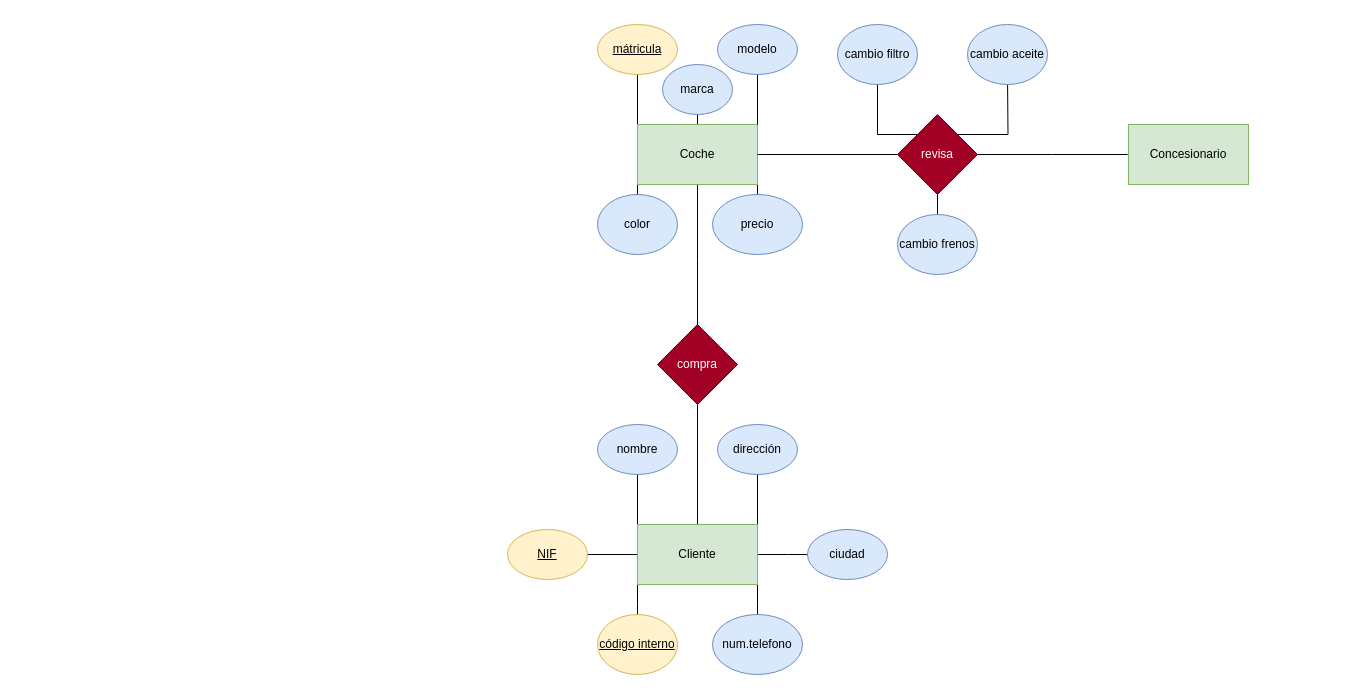
jpprguezz/BAE keeps this draw.io diagram as Unidad-1/Tareas/Tarea-6/Diagrama sin título.drawio. Above is the earlier version. Source tidied: cells renumbered, new cells numbered last; positions are measured from the earlier drawing's top-left corner, leaving out a move shared by most shapes. Both pictures are drawn from the tidied source at 100%, with x=0, y=0 at pixel (507, 24).
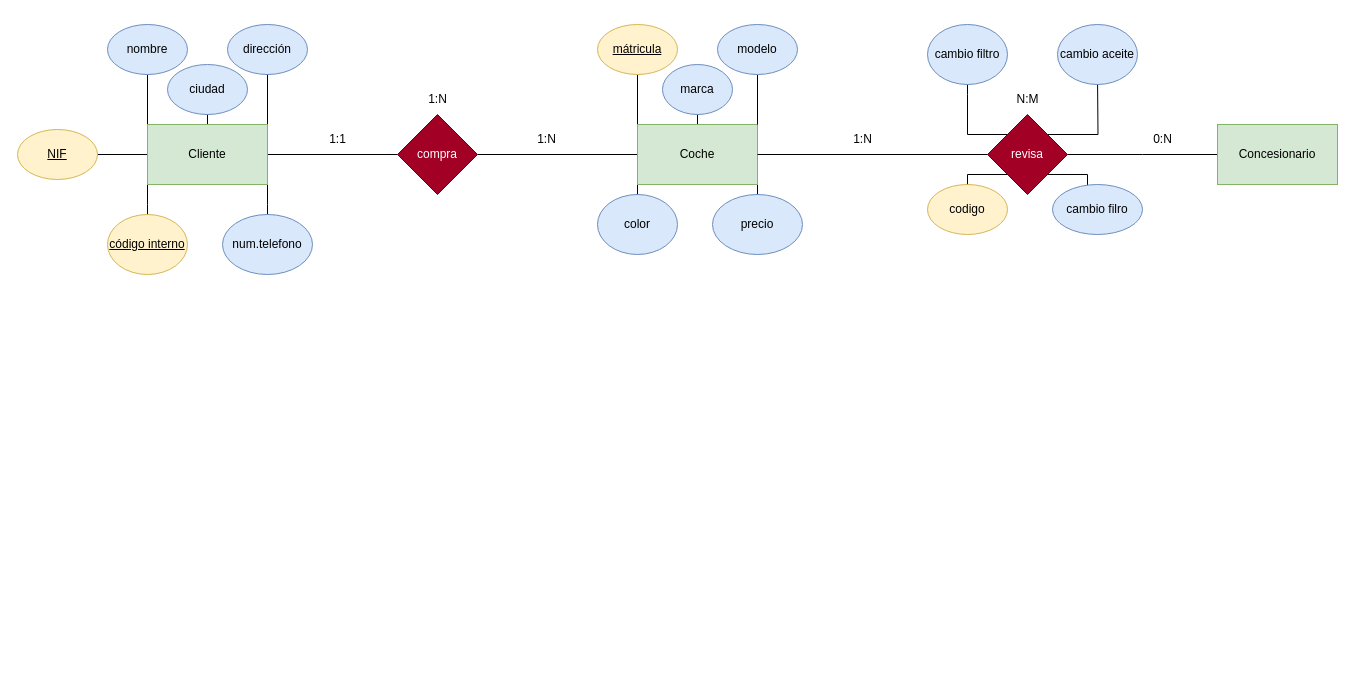
After the change.

Unchanged cells that the change refers to:
```xml
<mxCell id="9" value="Coche" style="rounded=0;whiteSpace=wrap;html=1;fillColor=#d5e8d4;strokeColor=#82b366;" parent="1" vertex="1">
  <mxGeometry x="130" y="100" width="120" height="60" as="geometry" />
</mxCell>
```

The edit, as a diff of the source:
```diff
@@
-    <mxCell id="6" style="edgeStyle=orthogonalEdgeStyle;rounded=0;jettySize=auto;html=1;endArrow=none;endFill=0;" parent="1" edge="1" source="9">
-      <mxGeometry relative="1" as="geometry">
-        <mxPoint x="190" y="310" as="targetPoint" />
-      </mxGeometry>
-    </mxCell>
@@
     <mxCell id="8" style="edgeStyle=orthogonalEdgeStyle;rounded=0;jettySize=auto;html=1;endArrow=none;endFill=0;" parent="1" edge="1" source="35">
       <mxGeometry relative="1" as="geometry">
-        <mxPoint x="620" y="130" as="targetPoint" />
+        <mxPoint x="710" y="130" as="targetPoint" />
       </mxGeometry>
     </mxCell>
+    <mxCell id="40" style="edgeStyle=orthogonalEdgeStyle;rounded=0;jettySize=auto;html=1;exitX=0;exitY=0.5;exitDx=0;exitDy=0;entryX=1;entryY=0.5;entryDx=0;entryDy=0;endArrow=none;endFill=0;" parent="1" edge="1" source="9" target="14">
+      <mxGeometry relative="1" as="geometry" />
+    </mxCell>
@@
-    <mxCell id="13" style="edgeStyle=orthogonalEdgeStyle;rounded=0;jettySize=auto;html=1;exitX=0.5;exitY=1;exitDx=0;exitDy=0;endArrow=none;endFill=0;" parent="1" edge="1" source="14" target="21">
-      <mxGeometry relative="1" as="geometry" />
-    </mxCell>
-    <mxCell id="14" value="compra" style="rhombus;whiteSpace=wrap;html=1;fillColor=#a20025;fontColor=#ffffff;strokeColor=#6F0000;" parent="1" vertex="1">
-      <mxGeometry x="150" y="300" width="80" height="80" as="geometry" />
-    </mxCell>
@@
     <mxCell id="16" style="edgeStyle=orthogonalEdgeStyle;rounded=0;jettySize=auto;html=1;exitX=1;exitY=0;exitDx=0;exitDy=0;" parent="1" edge="1" source="21">
       <mxGeometry relative="1" as="geometry">
-        <mxPoint x="250" y="400" as="targetPoint" />
+        <mxPoint x="-240" as="targetPoint" />
       </mxGeometry>
     </mxCell>
     <mxCell id="17" style="edgeStyle=orthogonalEdgeStyle;rounded=0;jettySize=auto;html=1;exitX=0;exitY=1;exitDx=0;exitDy=0;" parent="1" edge="1" source="21">
       <mxGeometry relative="1" as="geometry">
-        <mxPoint x="130" y="600" as="targetPoint" />
+        <mxPoint x="-360" y="200" as="targetPoint" />
       </mxGeometry>
     </mxCell>
     <mxCell id="18" style="edgeStyle=orthogonalEdgeStyle;rounded=0;jettySize=auto;html=1;exitX=1;exitY=1;exitDx=0;exitDy=0;" parent="1" edge="1" source="21">
       <mxGeometry relative="1" as="geometry">
-        <mxPoint x="250" y="600" as="targetPoint" />
+        <mxPoint x="-240" y="200" as="targetPoint" />
       </mxGeometry>
     </mxCell>
     <mxCell id="19" style="edgeStyle=orthogonalEdgeStyle;rounded=0;jettySize=auto;html=1;exitX=0;exitY=0.5;exitDx=0;exitDy=0;" parent="1" edge="1" source="21">
       <mxGeometry relative="1" as="geometry">
-        <mxPoint x="70" y="530" as="targetPoint" />
+        <mxPoint x="-420" y="130" as="targetPoint" />
       </mxGeometry>
     </mxCell>
-    <mxCell id="20" style="edgeStyle=orthogonalEdgeStyle;rounded=0;jettySize=auto;html=1;exitX=1;exitY=0.5;exitDx=0;exitDy=0;" parent="1" edge="1" source="21">
-      <mxGeometry relative="1" as="geometry">
-        <mxPoint x="310" y="530" as="targetPoint" />
-      </mxGeometry>
-    </mxCell>
+    <mxCell id="41" style="edgeStyle=orthogonalEdgeStyle;rounded=0;jettySize=auto;html=1;exitX=0.5;exitY=0;exitDx=0;exitDy=0;endArrow=none;endFill=0;" parent="1" edge="1" source="21" target="26">
+      <mxGeometry relative="1" as="geometry" />
+    </mxCell>
+    <mxCell id="42" style="edgeStyle=orthogonalEdgeStyle;rounded=0;jettySize=auto;html=1;exitX=1;exitY=0.5;exitDx=0;exitDy=0;endArrow=none;endFill=0;" parent="1" edge="1" source="21" target="14">
+      <mxGeometry relative="1" as="geometry" />
+    </mxCell>
     <mxCell id="21" value="Cliente" style="rounded=0;whiteSpace=wrap;html=1;fillColor=#d5e8d4;strokeColor=#82b366;" parent="1" vertex="1">
-      <mxGeometry x="130" y="500" width="120" height="60" as="geometry" />
+      <mxGeometry x="-360" y="100" width="120" height="60" as="geometry" />
     </mxCell>
     <mxCell id="22" value="&lt;u&gt;código interno&lt;/u&gt;" style="ellipse;whiteSpace=wrap;html=1;fillColor=#fff2cc;strokeColor=#d6b656;" parent="1" vertex="1">
-      <mxGeometry x="90" y="590" width="80" height="60" as="geometry" />
+      <mxGeometry x="-400" y="190" width="80" height="60" as="geometry" />
     </mxCell>
     <mxCell id="23" value="dirección" style="ellipse;whiteSpace=wrap;html=1;fillColor=#dae8fc;strokeColor=#6c8ebf;" parent="1" vertex="1">
-      <mxGeometry x="210" y="400" width="80" height="50" as="geometry" />
+      <mxGeometry x="-280" width="80" height="50" as="geometry" />
     </mxCell>
     <mxCell id="24" value="nombre" style="ellipse;whiteSpace=wrap;html=1;fillColor=#dae8fc;strokeColor=#6c8ebf;" parent="1" vertex="1">
-      <mxGeometry x="90" y="400" width="80" height="50" as="geometry" />
+      <mxGeometry x="-400" width="80" height="50" as="geometry" />
     </mxCell>
     <mxCell id="25" value="num.telefono" style="ellipse;whiteSpace=wrap;html=1;fillColor=#dae8fc;strokeColor=#6c8ebf;" parent="1" vertex="1">
-      <mxGeometry x="205" y="590" width="90" height="60" as="geometry" />
+      <mxGeometry x="-285" y="190" width="90" height="60" as="geometry" />
     </mxCell>
     <mxCell id="26" value="ciudad" style="ellipse;whiteSpace=wrap;html=1;fillColor=#dae8fc;strokeColor=#6c8ebf;" parent="1" vertex="1">
-      <mxGeometry x="300" y="505" width="80" height="50" as="geometry" />
+      <mxGeometry x="-340" y="40" width="80" height="50" as="geometry" />
     </mxCell>
     <mxCell id="27" value="&lt;u&gt;NIF&lt;/u&gt;" style="ellipse;whiteSpace=wrap;html=1;fillColor=#fff2cc;strokeColor=#d6b656;" parent="1" vertex="1">
-      <mxGeometry y="505" width="80" height="50" as="geometry" />
+      <mxGeometry x="-490" y="105" width="80" height="50" as="geometry" />
     </mxCell>
@@
     <mxCell id="32" style="edgeStyle=orthogonalEdgeStyle;rounded=0;jettySize=auto;html=1;exitX=1;exitY=0;exitDx=0;exitDy=0;" parent="1" edge="1" source="35">
       <mxGeometry relative="1" as="geometry">
-        <mxPoint x="500" y="50" as="targetPoint" />
+        <mxPoint x="590" y="50" as="targetPoint" />
       </mxGeometry>
     </mxCell>
     <mxCell id="33" style="edgeStyle=orthogonalEdgeStyle;rounded=0;jettySize=auto;html=1;exitX=0;exitY=0;exitDx=0;exitDy=0;" parent="1" edge="1" source="35">
       <mxGeometry relative="1" as="geometry">
-        <mxPoint x="370" y="50" as="targetPoint" />
+        <mxPoint x="460" y="50" as="targetPoint" />
       </mxGeometry>
     </mxCell>
-    <mxCell id="34" style="edgeStyle=orthogonalEdgeStyle;rounded=0;jettySize=auto;html=1;exitX=0.5;exitY=1;exitDx=0;exitDy=0;endArrow=none;endFill=0;" parent="1" edge="1" source="35" target="39">
-      <mxGeometry relative="1" as="geometry" />
-    </mxCell>
+    <mxCell id="43" style="edgeStyle=orthogonalEdgeStyle;rounded=0;jettySize=auto;html=1;exitX=0;exitY=1;exitDx=0;exitDy=0;" parent="1" edge="1" source="35">
+      <mxGeometry relative="1" as="geometry">
+        <mxPoint x="460" y="170" as="targetPoint" />
+      </mxGeometry>
+    </mxCell>
+    <mxCell id="44" style="edgeStyle=orthogonalEdgeStyle;rounded=0;jettySize=auto;html=1;exitX=1;exitY=1;exitDx=0;exitDy=0;" parent="1" edge="1" source="35">
+      <mxGeometry relative="1" as="geometry">
+        <mxPoint x="580" y="170" as="targetPoint" />
+      </mxGeometry>
+    </mxCell>
     <mxCell id="35" value="revisa" style="rhombus;whiteSpace=wrap;html=1;fillColor=#a20025;fontColor=#ffffff;strokeColor=#6F0000;" parent="1" vertex="1">
-      <mxGeometry x="390" y="90" width="80" height="80" as="geometry" />
+      <mxGeometry x="480" y="90" width="80" height="80" as="geometry" />
     </mxCell>
     <mxCell id="36" value="Concesionario" style="rounded=0;whiteSpace=wrap;html=1;fillColor=#d5e8d4;strokeColor=#82b366;" parent="1" vertex="1">
-      <mxGeometry x="621" y="100" width="120" height="60" as="geometry" />
+      <mxGeometry x="710" y="100" width="120" height="60" as="geometry" />
     </mxCell>
     <mxCell id="37" value="cambio filtro" style="ellipse;whiteSpace=wrap;html=1;fillColor=#dae8fc;strokeColor=#6c8ebf;" parent="1" vertex="1">
-      <mxGeometry x="330" width="80" height="60" as="geometry" />
+      <mxGeometry x="420" width="80" height="60" as="geometry" />
     </mxCell>
     <mxCell id="38" value="cambio aceite" style="ellipse;whiteSpace=wrap;html=1;fillColor=#dae8fc;strokeColor=#6c8ebf;" parent="1" vertex="1">
-      <mxGeometry x="460" width="80" height="60" as="geometry" />
+      <mxGeometry x="550" width="80" height="60" as="geometry" />
     </mxCell>
-    <mxCell id="39" value="cambio frenos" style="ellipse;whiteSpace=wrap;html=1;fillColor=#dae8fc;strokeColor=#6c8ebf;" parent="1" vertex="1">
-      <mxGeometry x="390" y="190" width="80" height="60" as="geometry" />
-    </mxCell>
+    <mxCell id="14" value="compra" style="rhombus;whiteSpace=wrap;html=1;fillColor=#a20025;fontColor=#ffffff;strokeColor=#6F0000;" parent="1" vertex="1">
+      <mxGeometry x="-110" y="90" width="80" height="80" as="geometry" />
+    </mxCell>
+    <mxCell id="45" value="1:1" style="text;html=1;align=center;verticalAlign=middle;strokeColor=none;fillColor=none;" parent="1" vertex="1">
+      <mxGeometry x="-190" y="100" width="40" height="30" as="geometry" />
+    </mxCell>
+    <mxCell id="46" value="1:N" style="text;html=1;align=center;verticalAlign=middle;strokeColor=none;fillColor=none;" parent="1" vertex="1">
+      <mxGeometry x="19" y="100" width="40" height="30" as="geometry" />
+    </mxCell>
+    <mxCell id="47" value="1:N" style="text;html=1;align=center;verticalAlign=middle;strokeColor=none;fillColor=none;" parent="1" vertex="1">
+      <mxGeometry x="-90" y="60" width="40" height="30" as="geometry" />
+    </mxCell>
+    <mxCell id="48" value="0:N" style="text;html=1;align=center;verticalAlign=middle;strokeColor=none;fillColor=none;" parent="1" vertex="1">
+      <mxGeometry x="635" y="100" width="40" height="30" as="geometry" />
+    </mxCell>
+    <mxCell id="49" value="1:N" style="text;html=1;align=center;verticalAlign=middle;strokeColor=none;fillColor=none;" parent="1" vertex="1">
+      <mxGeometry x="335" y="100" width="40" height="30" as="geometry" />
+    </mxCell>
+    <mxCell id="50" value="N:M" style="text;html=1;align=center;verticalAlign=middle;strokeColor=none;fillColor=none;" parent="1" vertex="1">
+      <mxGeometry x="495" y="60" width="50" height="30" as="geometry" />
+    </mxCell>
+    <mxCell id="51" value="cambio filro" style="ellipse;whiteSpace=wrap;html=1;fillColor=#dae8fc;strokeColor=#6c8ebf;" parent="1" vertex="1">
+      <mxGeometry x="545" y="160" width="90" height="50" as="geometry" />
+    </mxCell>
+    <mxCell id="52" value="codigo" style="ellipse;whiteSpace=wrap;html=1;fillColor=#fff2cc;strokeColor=#d6b656;" parent="1" vertex="1">
+      <mxGeometry x="420" y="160" width="80" height="50" as="geometry" />
+    </mxCell>
```
